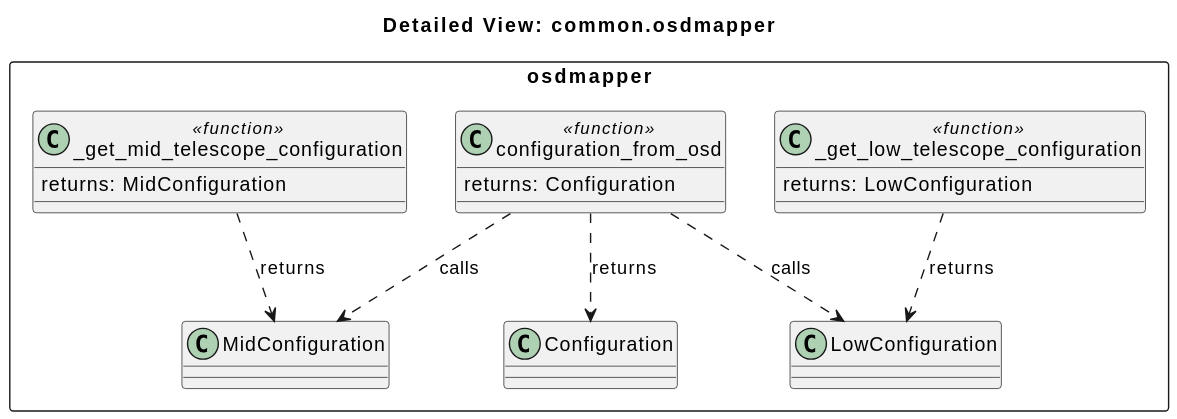
Before: docs/src/internal/diagrams/module_view_osd.svg, a diagram exported from PlantUML (ska-telescope/ska-oso-services).
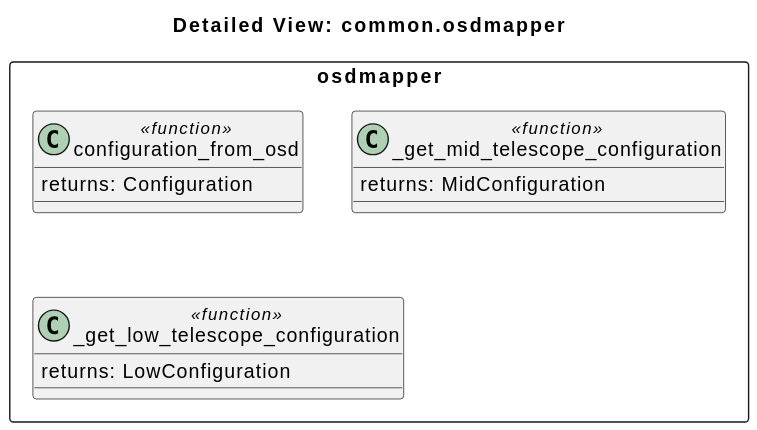
Above is the later version.

Commit message:
STAR-1524 - update osd view diagram

Change to the diagram source:
```diff
@@ -13,12 +13,5 @@
     class _get_low_telescope_configuration <<function>> {
         returns: LowConfiguration
     }
-
-    configuration_from_osd ..> Configuration : returns
-    configuration_from_osd ..> MidConfiguration : calls
-    configuration_from_osd ..> LowConfiguration : calls
-
-    _get_mid_telescope_configuration ..> MidConfiguration : returns
-    _get_low_telescope_configuration ..> LowConfiguration : returns
 }
 @enduml
```
